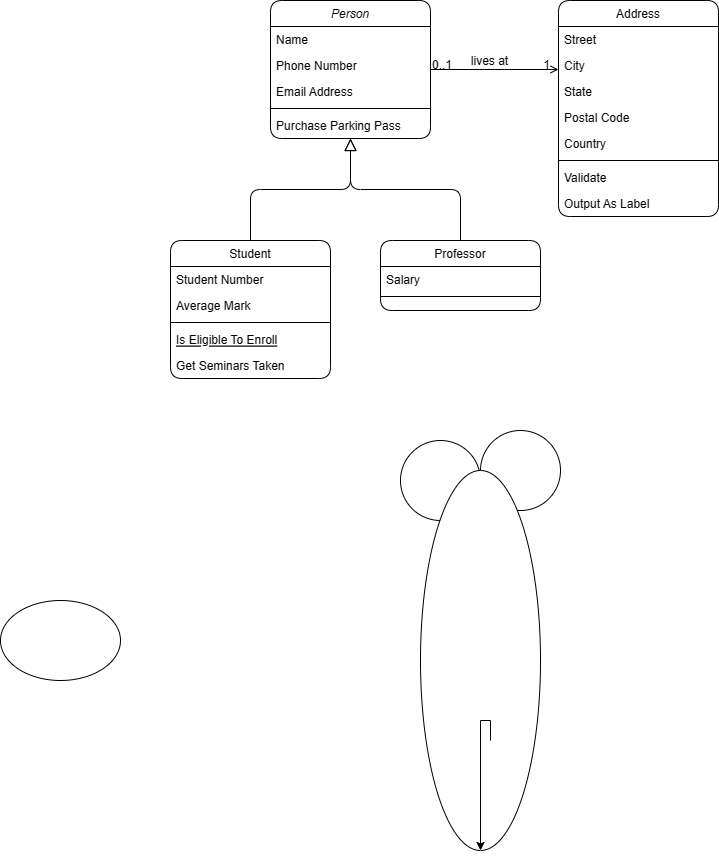
The draw.io diagram misc/diagrams/ClassStructure.drawio.png in RuntimeError-BME/coursework, before a commit. Source tidied: cells renumbered, new cells last; positions are measured from the earlier drawing's top-left corner, leaving out a move shared by most shapes.
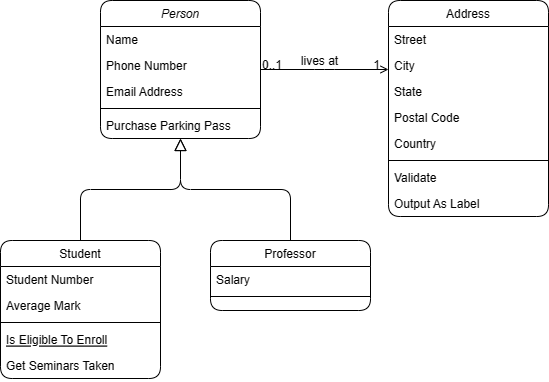
The same diagram one commit later.

Change to the diagram source:
```diff
@@ -100,22 +100,5 @@
         <mxPoint x="-38" y="40" as="offset" />
       </mxGeometry>
     </mxCell>
-    <mxCell id="32" style="ellipse;whiteSpace=wrap;html=1;" parent="1" vertex="1">
-      <mxGeometry x="400" y="440" width="80" height="80" as="geometry" />
-    </mxCell>
-    <mxCell id="33" style="ellipse;whiteSpace=wrap;html=1;" parent="1" vertex="1">
-      <mxGeometry x="480" y="430" width="80" height="80" as="geometry" />
-    </mxCell>
-    <mxCell id="34" style="ellipse;whiteSpace=wrap;html=1;" parent="1" vertex="1">
-      <mxGeometry x="420" y="470" width="120" height="380" as="geometry" />
-    </mxCell>
-    <mxCell id="35" style="edgeStyle=orthogonalEdgeStyle;rounded=0;jettySize=auto;html=1;entryX=0.5;entryY=1;entryDx=0;entryDy=0;" parent="1" edge="1" target="34">
-      <mxGeometry relative="1" as="geometry">
-        <mxPoint x="490" y="740" as="sourcePoint" />
-      </mxGeometry>
-    </mxCell>
-    <mxCell id="36" style="ellipse;whiteSpace=wrap;html=1;" parent="1" vertex="1">
-      <mxGeometry y="600" width="120" height="80" as="geometry" />
-    </mxCell>
   </root>
 </mxGraphModel>
```
